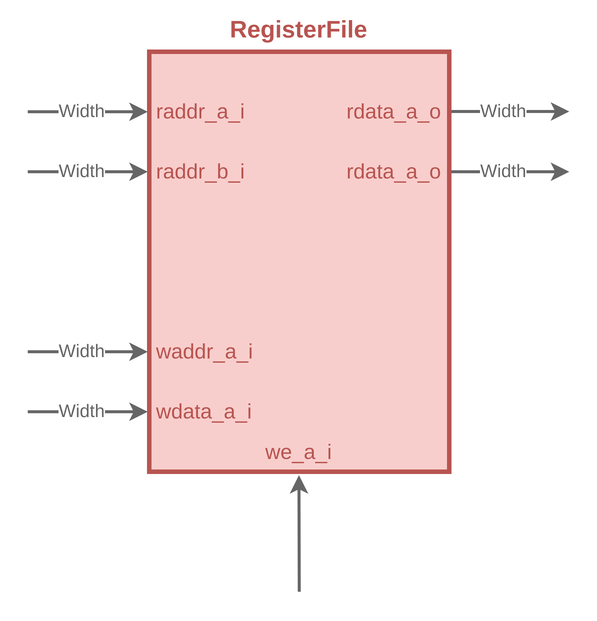
Before: xmint/design/RegisterFile.png, a diagram exported from draw.io (Dark-GreenCat/xmint). Source tidied: cells renumbered, new cells last; positions are measured from the earlier drawing's top-left corner, leaving out a move shared by most shapes.
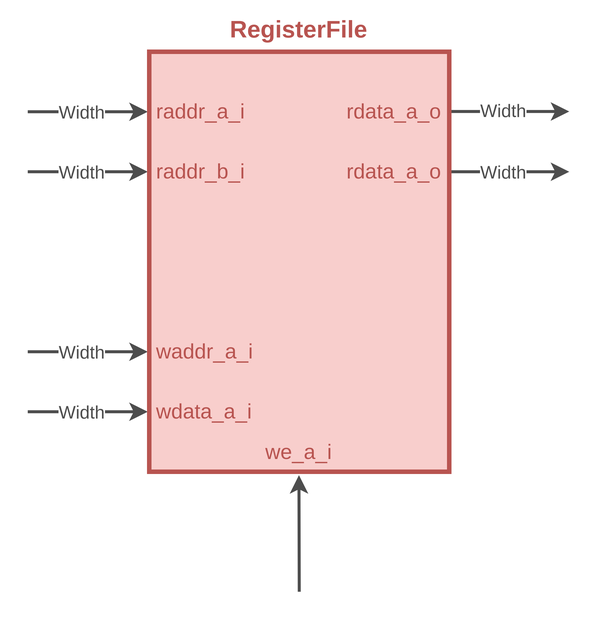
The same file after the commit.

Change to the diagram source:
```diff
@@ -2,73 +2,73 @@
   <root>
     <mxCell id="0" />
     <mxCell id="1" parent="0" />
-    <mxCell id="2" style="endArrow=classic;html=1;strokeWidth=2;strokeColor=#666666;" parent="1" edge="1">
+    <mxCell id="2" style="endArrow=classic;html=1;strokeWidth=2;strokeColor=#4D4D4D;" parent="1" edge="1">
       <mxGeometry relative="1" as="geometry">
         <mxPoint y="60" as="sourcePoint" />
         <mxPoint x="80" y="60" as="targetPoint" />
       </mxGeometry>
     </mxCell>
-    <mxCell id="3" value="Width" style="edgeLabel;html=1;align=center;verticalAlign=middle;fontSize=12;fontColor=#666666;" parent="2" vertex="1">
+    <mxCell id="3" value="Width" style="edgeLabel;html=1;align=center;verticalAlign=middle;fontSize=12;fontColor=#4D4D4D;" parent="2" vertex="1">
       <mxGeometry x="0.21" y="1" relative="1" as="geometry">
         <mxPoint x="-13" y="1" as="offset" />
       </mxGeometry>
     </mxCell>
-    <mxCell id="4" style="endArrow=classic;html=1;entryX=0;entryY=0;entryDx=0;entryDy=140;entryPerimeter=0;strokeWidth=2;strokeColor=#666666;" parent="1" edge="1">
+    <mxCell id="4" style="endArrow=classic;html=1;entryX=0;entryY=0;entryDx=0;entryDy=140;entryPerimeter=0;strokeWidth=2;strokeColor=#4D4D4D;" parent="1" edge="1">
       <mxGeometry relative="1" as="geometry">
         <mxPoint y="100" as="sourcePoint" />
         <mxPoint x="80" y="100" as="targetPoint" />
       </mxGeometry>
     </mxCell>
-    <mxCell id="5" value="Width" style="edgeLabel;html=1;align=center;verticalAlign=middle;fontSize=12;fontColor=#666666;" parent="4" vertex="1">
+    <mxCell id="5" value="Width" style="edgeLabel;html=1;align=center;verticalAlign=middle;fontSize=12;fontColor=#4D4D4D;" parent="4" vertex="1">
       <mxGeometry x="0.21" y="1" relative="1" as="geometry">
         <mxPoint x="-13" y="1" as="offset" />
       </mxGeometry>
     </mxCell>
-    <mxCell id="6" style="endArrow=classic;html=1;entryX=0;entryY=0;entryDx=0;entryDy=140;entryPerimeter=0;strokeWidth=2;strokeColor=#666666;" parent="1" edge="1">
+    <mxCell id="6" style="endArrow=classic;html=1;entryX=0;entryY=0;entryDx=0;entryDy=140;entryPerimeter=0;strokeWidth=2;strokeColor=#4D4D4D;" parent="1" edge="1">
       <mxGeometry relative="1" as="geometry">
         <mxPoint y="260" as="sourcePoint" />
         <mxPoint x="80" y="260" as="targetPoint" />
       </mxGeometry>
     </mxCell>
-    <mxCell id="7" value="Width" style="edgeLabel;html=1;align=center;verticalAlign=middle;fontSize=12;fontColor=#666666;" parent="6" vertex="1">
+    <mxCell id="7" value="Width" style="edgeLabel;html=1;align=center;verticalAlign=middle;fontSize=12;fontColor=#4D4D4D;" parent="6" vertex="1">
       <mxGeometry x="0.21" y="1" relative="1" as="geometry">
         <mxPoint x="-13" y="1" as="offset" />
       </mxGeometry>
     </mxCell>
-    <mxCell id="8" style="endArrow=classic;html=1;entryX=0;entryY=0;entryDx=0;entryDy=140;entryPerimeter=0;strokeWidth=2;strokeColor=#666666;" parent="1" edge="1">
+    <mxCell id="8" style="endArrow=classic;html=1;entryX=0;entryY=0;entryDx=0;entryDy=140;entryPerimeter=0;strokeWidth=2;strokeColor=#4D4D4D;" parent="1" edge="1">
       <mxGeometry relative="1" as="geometry">
         <mxPoint y="220" as="sourcePoint" />
         <mxPoint x="80" y="220" as="targetPoint" />
       </mxGeometry>
     </mxCell>
-    <mxCell id="9" value="Width" style="edgeLabel;html=1;align=center;verticalAlign=middle;fontSize=12;fontColor=#666666;" parent="8" vertex="1">
+    <mxCell id="9" value="Width" style="edgeLabel;html=1;align=center;verticalAlign=middle;fontSize=12;fontColor=#4D4D4D;" parent="8" vertex="1">
       <mxGeometry x="0.21" y="1" relative="1" as="geometry">
         <mxPoint x="-13" y="1" as="offset" />
       </mxGeometry>
     </mxCell>
-    <mxCell id="10" style="endArrow=classic;html=1;entryX=0;entryY=0;entryDx=0;entryDy=140;entryPerimeter=0;strokeWidth=2;strokeColor=#666666;" parent="1" edge="1">
+    <mxCell id="10" style="endArrow=classic;html=1;entryX=0;entryY=0;entryDx=0;entryDy=140;entryPerimeter=0;strokeWidth=2;strokeColor=#4D4D4D;" parent="1" edge="1">
       <mxGeometry relative="1" as="geometry">
         <mxPoint x="281" y="100" as="sourcePoint" />
         <mxPoint x="361" y="100" as="targetPoint" />
       </mxGeometry>
     </mxCell>
-    <mxCell id="11" value="Width" style="edgeLabel;html=1;align=center;verticalAlign=middle;fontSize=12;fontColor=#666666;" parent="10" vertex="1">
+    <mxCell id="11" value="Width" style="edgeLabel;html=1;align=center;verticalAlign=middle;fontSize=12;fontColor=#4D4D4D;" parent="10" vertex="1">
       <mxGeometry x="0.21" y="1" relative="1" as="geometry">
         <mxPoint x="-13" y="1" as="offset" />
       </mxGeometry>
     </mxCell>
-    <mxCell id="12" style="endArrow=classic;html=1;entryX=0;entryY=0;entryDx=0;entryDy=140;entryPerimeter=0;strokeWidth=2;fontColor=#808080;strokeColor=#666666;" parent="1" edge="1">
+    <mxCell id="12" style="endArrow=classic;html=1;entryX=0;entryY=0;entryDx=0;entryDy=140;entryPerimeter=0;strokeWidth=2;fontColor=#808080;strokeColor=#4D4D4D;" parent="1" edge="1">
       <mxGeometry relative="1" as="geometry">
         <mxPoint x="281" y="59.8" as="sourcePoint" />
         <mxPoint x="361" y="59.8" as="targetPoint" />
       </mxGeometry>
     </mxCell>
-    <mxCell id="13" value="Width" style="edgeLabel;html=1;align=center;verticalAlign=middle;fontSize=12;fontColor=#666666;" parent="12" vertex="1">
+    <mxCell id="13" value="Width" style="edgeLabel;html=1;align=center;verticalAlign=middle;fontSize=12;fontColor=#4D4D4D;" parent="12" vertex="1">
       <mxGeometry x="0.21" y="1" relative="1" as="geometry">
         <mxPoint x="-13" y="1" as="offset" />
       </mxGeometry>
     </mxCell>
-    <mxCell id="14" style="endArrow=classic;html=1;fontSize=12;strokeWidth=2;entryX=0.499;entryY=1.008;entryDx=0;entryDy=0;entryPerimeter=0;strokeColor=#666666;" parent="1" edge="1" target="15">
+    <mxCell id="14" style="endArrow=classic;html=1;fontSize=12;strokeWidth=2;entryX=0.499;entryY=1.008;entryDx=0;entryDy=0;entryPerimeter=0;strokeColor=#4D4D4D;" parent="1" edge="1" target="15">
       <mxGeometry relative="1" as="geometry">
         <mxPoint x="181" y="380" as="sourcePoint" />
       </mxGeometry>
```
